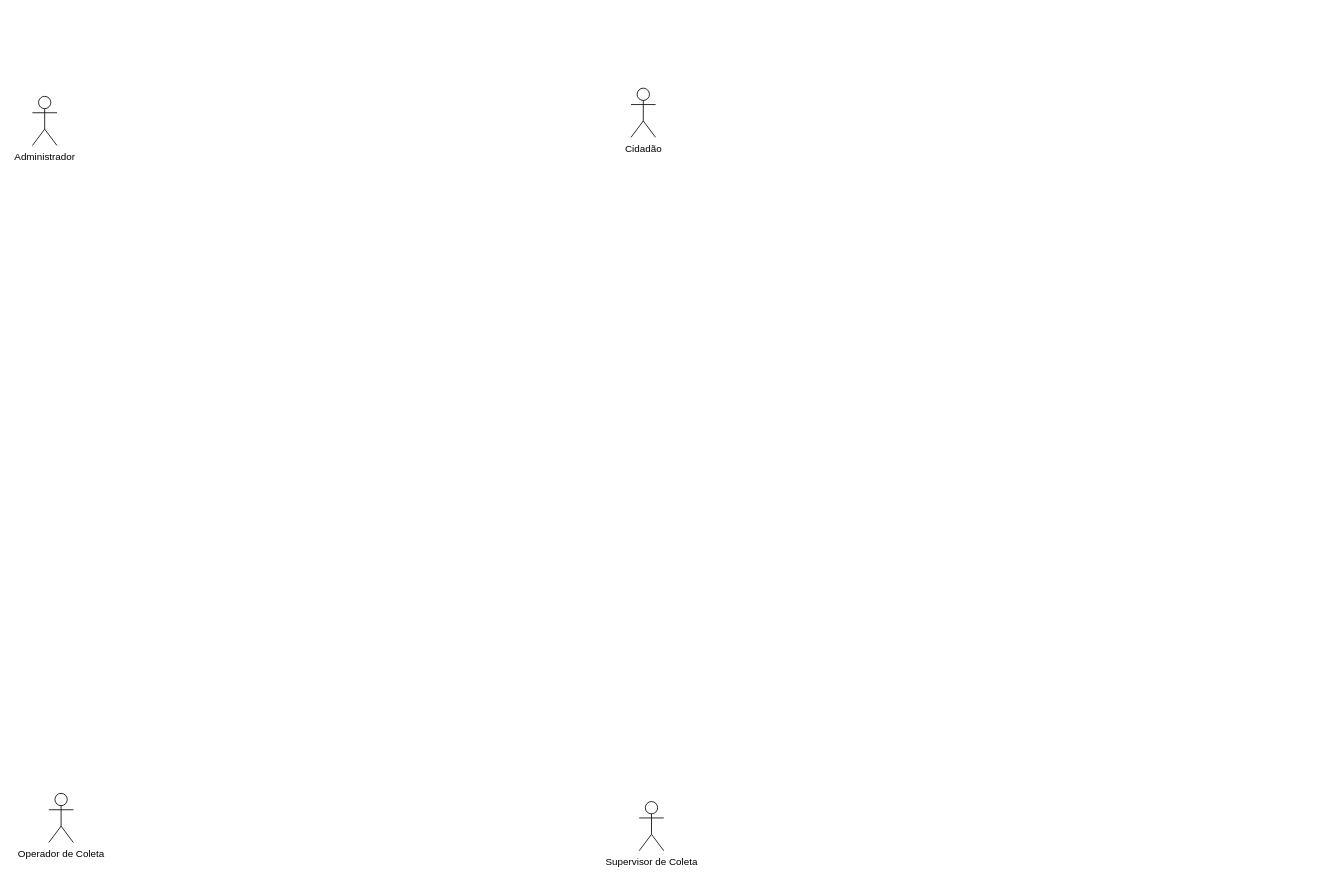
MarceloP25/Sistema-de-Gestao-de-Coleta-de-Lixo-e-Reciclaveis---LPS keeps this draw.io diagram as Caso de Uso.drawio. Above is the earlier version. Source tidied: cells renumbered, new cells numbered last; positions are measured from the earlier drawing's top-left corner, leaving out a move shared by most shapes. Both pictures are drawn from the tidied source at 82%, with x=0, y=0 at pixel (32, 88).
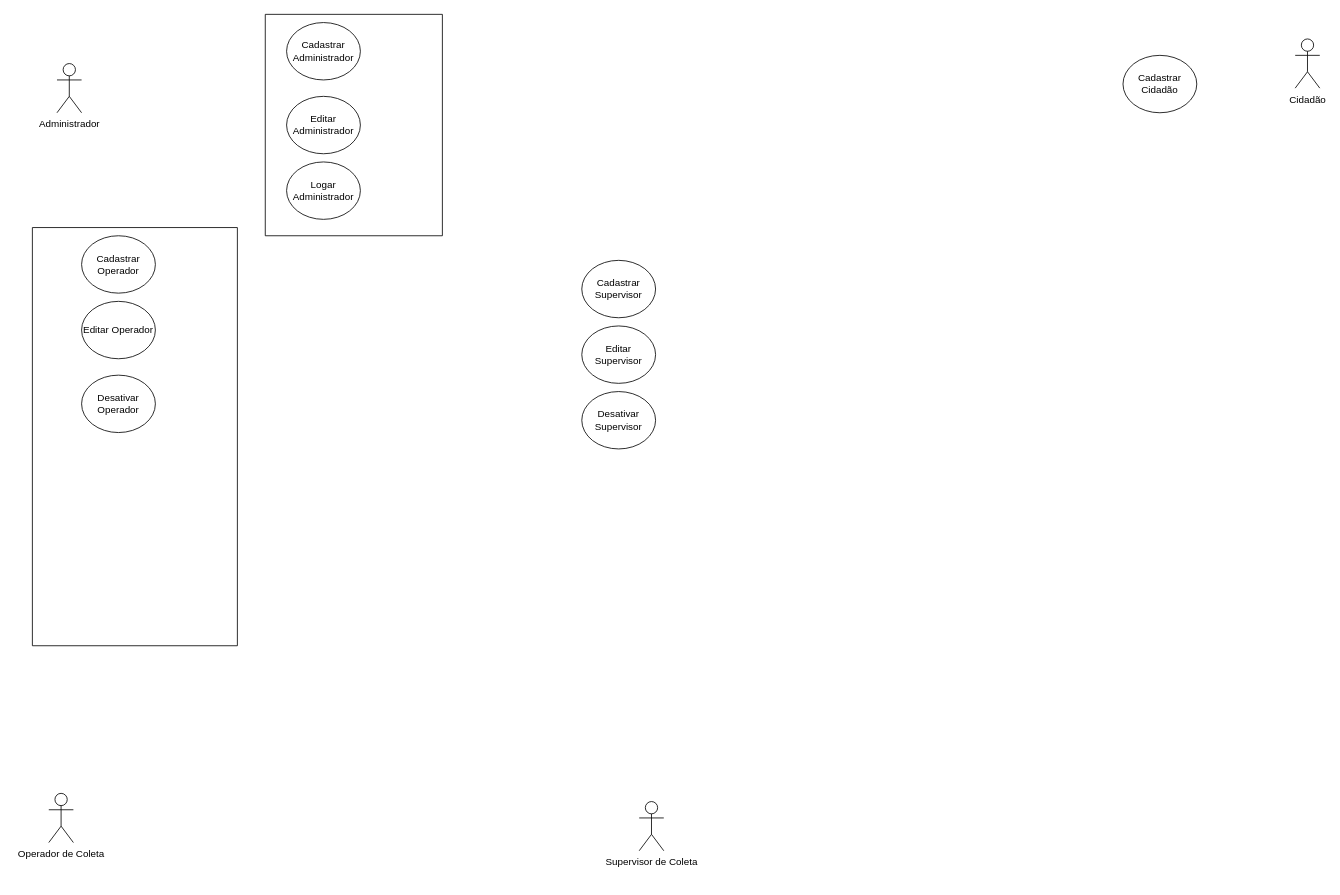
The same diagram, later.

The edit, as a diff of the source:
```diff
@@
 <mxGraphModel>
   <root>
     <mxCell id="0" />
     <mxCell id="1" parent="0" />
     <mxCell id="2" value="Administrador" style="shape=umlActor;verticalLabelPosition=bottom;verticalAlign=top;html=1;" parent="1" vertex="1">
-      <mxGeometry y="10" width="30" height="60" as="geometry" />
+      <mxGeometry x="30" y="-30" width="30" height="60" as="geometry" />
     </mxCell>
     <mxCell id="3" value="Cidadão" style="shape=umlActor;verticalLabelPosition=bottom;verticalAlign=top;html=1;" parent="1" vertex="1">
-      <mxGeometry x="730" width="30" height="60" as="geometry" />
+      <mxGeometry x="1540" y="-60" width="30" height="60" as="geometry" />
     </mxCell>
     <mxCell id="4" value="Operador de Coleta&lt;div&gt;&lt;br&gt;&lt;/div&gt;" style="shape=umlActor;verticalLabelPosition=bottom;verticalAlign=top;html=1;" parent="1" vertex="1">
       <mxGeometry x="20" y="860" width="30" height="60" as="geometry" />
     </mxCell>
     <mxCell id="5" value="Supervisor de Coleta&lt;div&gt;&lt;br&gt;&lt;/div&gt;" style="shape=umlActor;verticalLabelPosition=bottom;verticalAlign=top;html=1;" parent="1" vertex="1">
       <mxGeometry x="740" y="870" width="30" height="60" as="geometry" />
     </mxCell>
+    <mxCell id="6" value="Cadastrar Supervisor" style="ellipse;whiteSpace=wrap;html=1;" parent="1" vertex="1">
+      <mxGeometry x="670" y="210" width="90" height="70" as="geometry" />
+    </mxCell>
+    <mxCell id="7" value="Cadastrar Cidadão" style="ellipse;whiteSpace=wrap;html=1;" parent="1" vertex="1">
+      <mxGeometry x="1330" y="-40" width="90" height="70" as="geometry" />
+    </mxCell>
+    <mxCell id="8" value="Editar Supervisor" style="ellipse;whiteSpace=wrap;html=1;" parent="1" vertex="1">
+      <mxGeometry x="670" y="290" width="90" height="70" as="geometry" />
+    </mxCell>
+    <mxCell id="9" value="Desativar Supervisor" style="ellipse;whiteSpace=wrap;html=1;" parent="1" vertex="1">
+      <mxGeometry x="670" y="370" width="90" height="70" as="geometry" />
+    </mxCell>
+    <mxCell id="10" style="swimlane;startSize=0;" parent="1" vertex="1">
+      <mxGeometry x="284" y="-90" width="216" height="270" as="geometry" />
+    </mxCell>
+    <mxCell id="11" value="Logar Administrador" style="ellipse;whiteSpace=wrap;html=1;" parent="10" vertex="1">
+      <mxGeometry x="26" y="180" width="90" height="70" as="geometry" />
+    </mxCell>
+    <mxCell id="12" value="Editar Administrador" style="ellipse;whiteSpace=wrap;html=1;" parent="10" vertex="1">
+      <mxGeometry x="26" y="100" width="90" height="70" as="geometry" />
+    </mxCell>
+    <mxCell id="13" value="Cadastrar Administrador" style="ellipse;whiteSpace=wrap;html=1;" parent="10" vertex="1">
+      <mxGeometry x="26" y="10" width="90" height="70" as="geometry" />
+    </mxCell>
+    <mxCell id="14" style="swimlane;startSize=0;" parent="1" vertex="1">
+      <mxGeometry y="170" width="250" height="510" as="geometry" />
+    </mxCell>
+    <mxCell id="15" value="Desativar Operador" style="ellipse;whiteSpace=wrap;html=1;" parent="14" vertex="1">
+      <mxGeometry x="60" y="180" width="90" height="70" as="geometry" />
+    </mxCell>
+    <mxCell id="16" value="Editar Operador" style="ellipse;whiteSpace=wrap;html=1;" parent="14" vertex="1">
+      <mxGeometry x="60" y="90" width="90" height="70" as="geometry" />
+    </mxCell>
+    <mxCell id="17" value="Cadastrar Operador" style="ellipse;whiteSpace=wrap;html=1;" parent="14" vertex="1">
+      <mxGeometry x="60" y="10" width="90" height="70" as="geometry" />
+    </mxCell>
   </root>
 </mxGraphModel>
```
